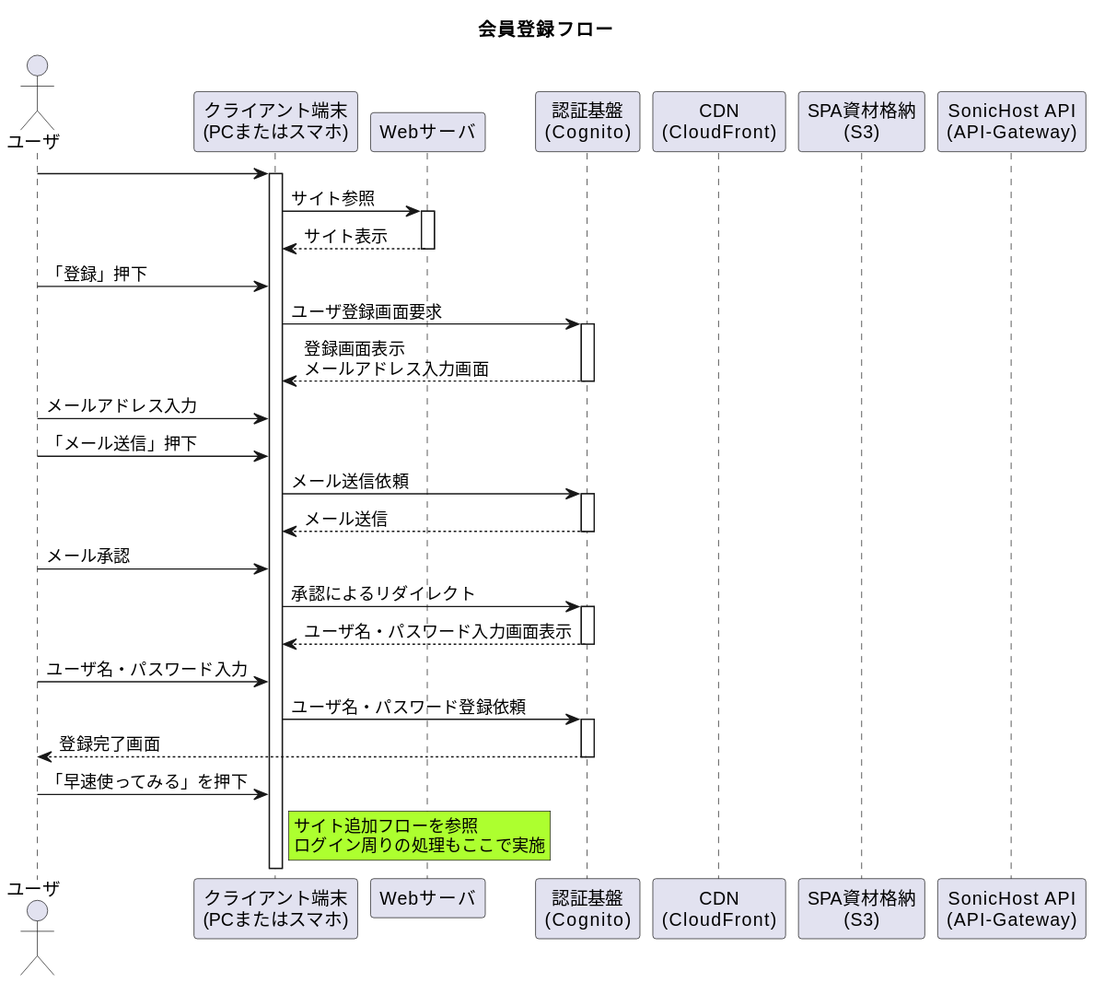
Earlier version of the PlantUML export 01_Sequences/01_UserRegistration/01_Registeration_Flow/registFlow.svg (Sonic-Host/documents).
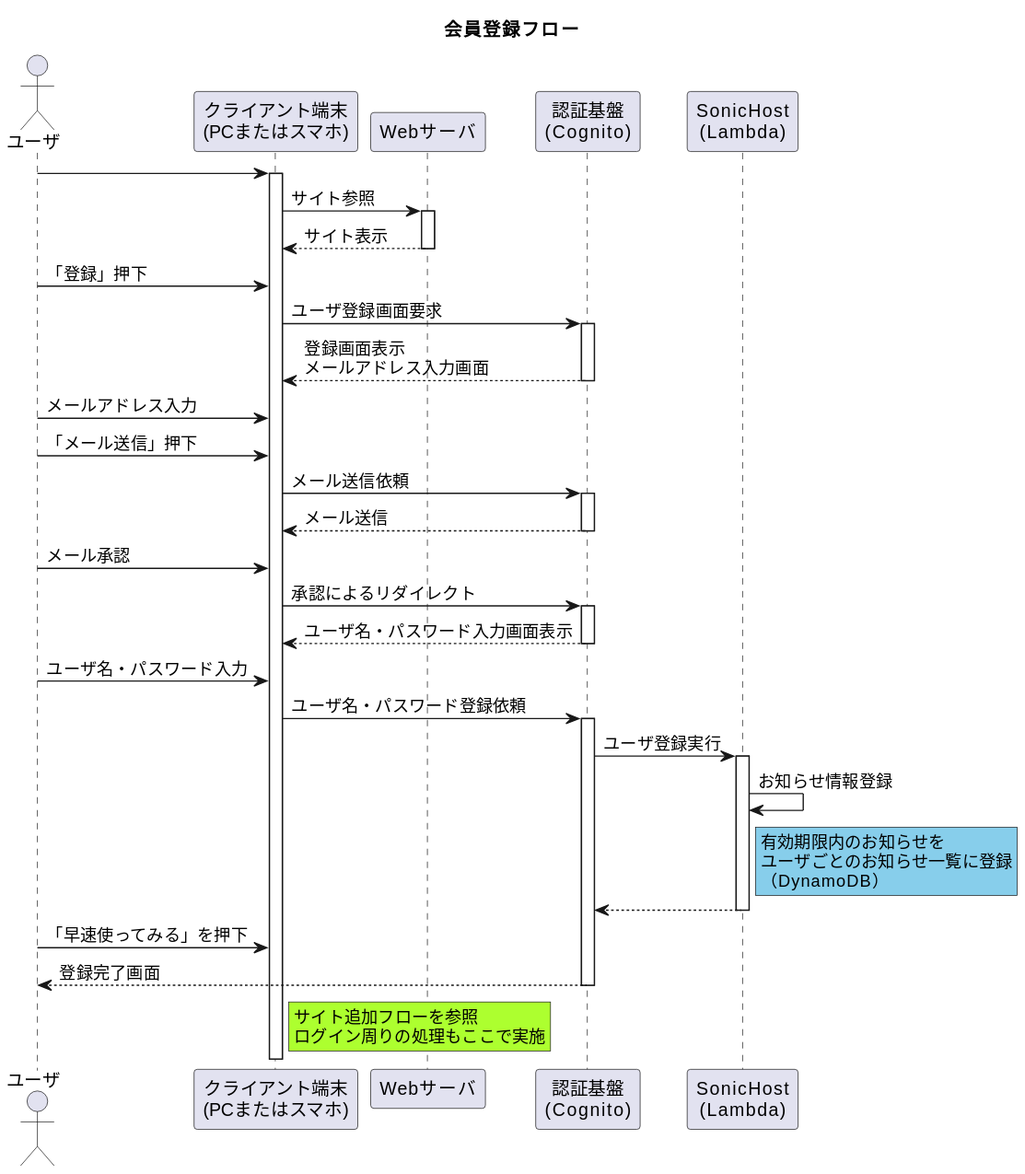
The same file after the commit.

Change to the diagram source:
```diff
@@ -5,10 +5,7 @@
 participant "クライアント端末\n(PCまたはスマホ)" as device
 participant "Webサーバ" as site
 participant "認証基盤\n(Cognito)" as cognito
-participant "CDN\n(CloudFront)" as cdn
-participant "SPA資材格納\n(S3)" as spa
-participant "SonicHost API\n(API-Gateway)" as api
-
+participant "SonicHost\n(Lambda)" as lambda
 
 user -> device ++
 device -> site ++ : サイト参照
@@ -26,8 +23,16 @@
 device <-- cognito -- : ユーザ名・パスワード入力画面表示
 user -> device :ユーザ名・パスワード入力
 device -> cognito ++ : ユーザ名・パスワード登録依頼
+cognito -> lambda ++ : ユーザ登録実行
+lambda -> lambda : お知らせ情報登録
+rnote right of lambda #SkyBlue
+    有効期限内のお知らせを
+    ユーザごとのお知らせ一覧に登録
+    （DynamoDB）
+end note
+cognito <-- lambda --
+user -> device : 「早速使ってみる」を押下
 user <-- cognito -- : 登録完了画面
-user -> device : 「早速使ってみる」を押下
 
 rnote right of device #GreenYellow
     サイト追加フローを参照
```
